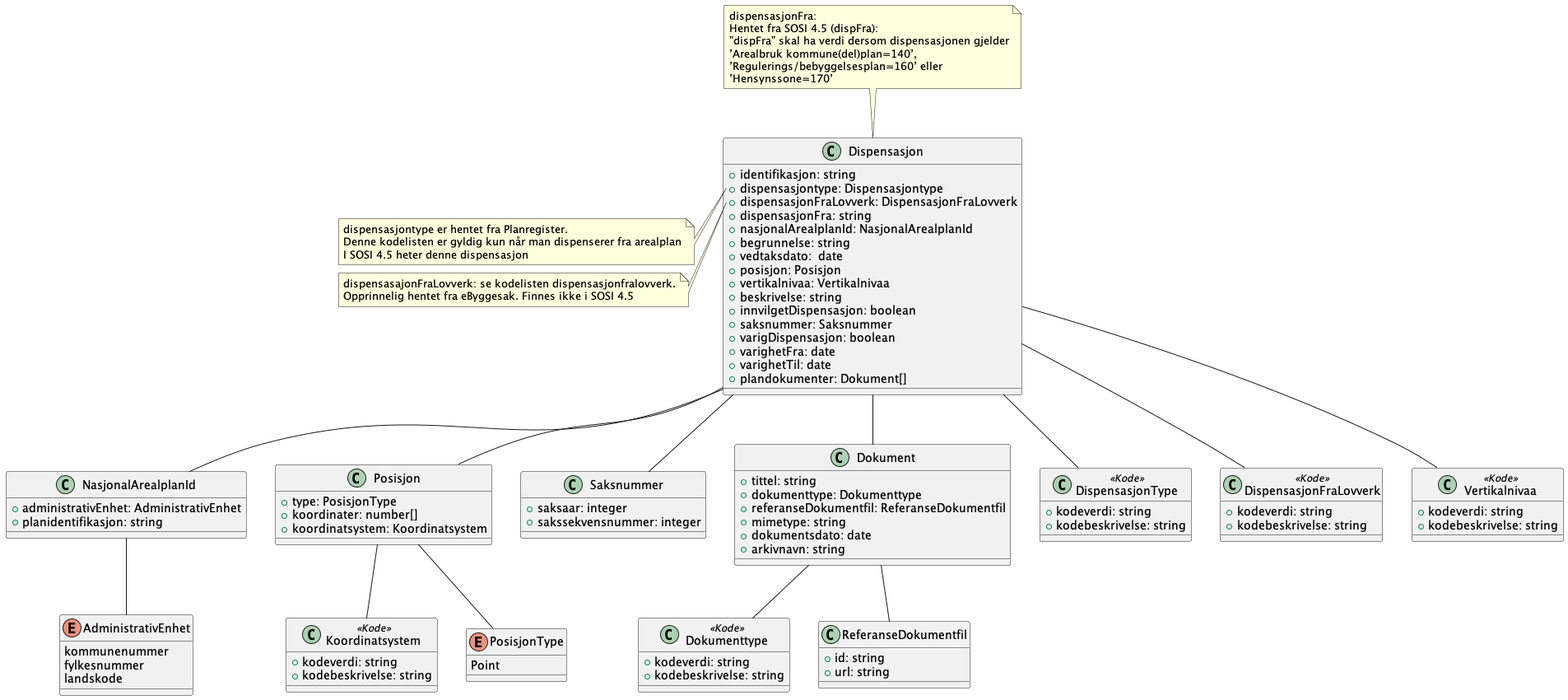
Above: Dokumentasjon/V2/ClassDiagrams/no.ks.fiks.plan.v2.felles.dispensasjon/dispensasjon.png in ks-no/fiks-plan-specification (PlantUML), before the change.
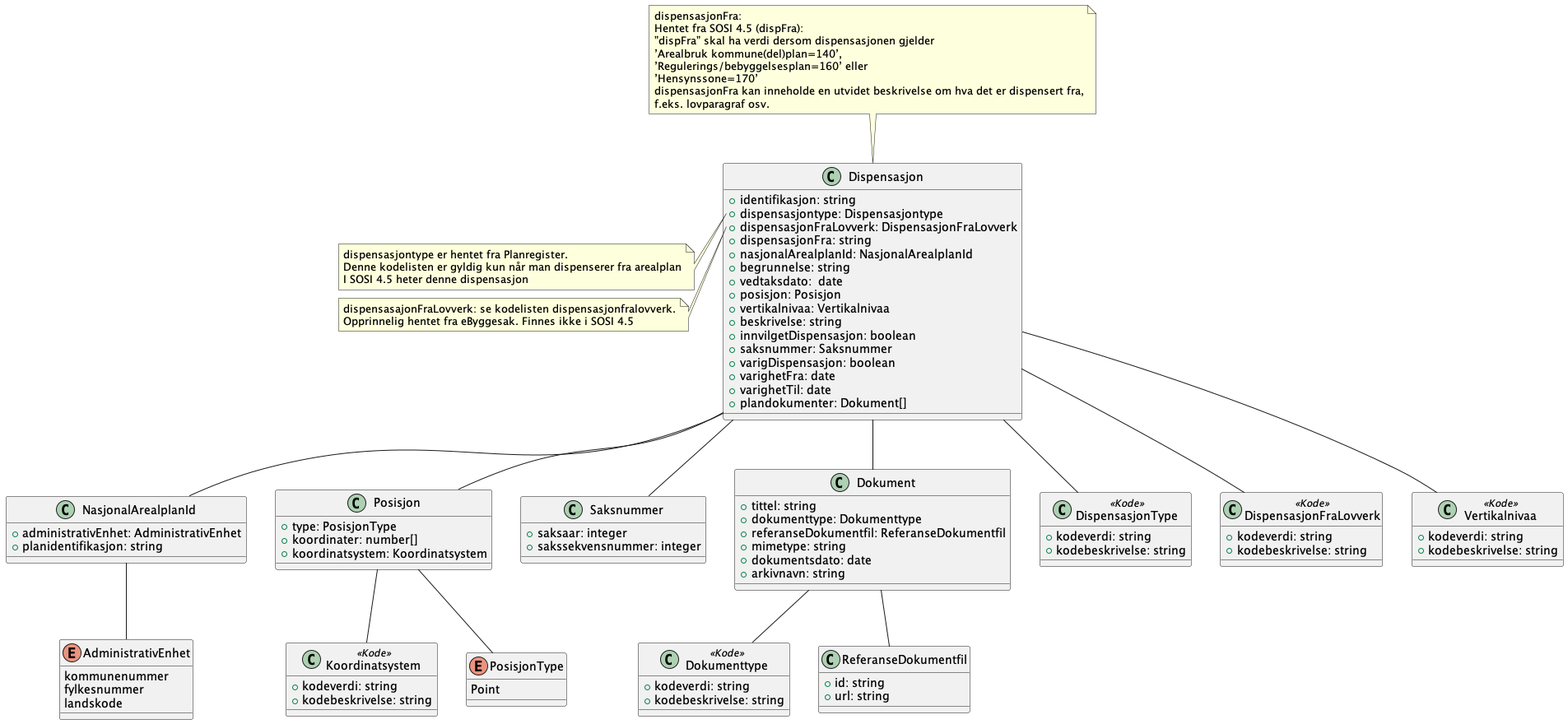
After the commit.

Commit message:
Endret schema for Dispensasjon i henhold til issue 113

Change to the diagram source:
```diff
@@ -41,6 +41,8 @@
     ’Arealbruk kommune(del)plan=140’,
     ’Regulerings/bebyggelsesplan=160’ eller
     ’Hensynssone=170’
+    dispensasjonFra kan inneholde en utvidet beskrivelse om hva det er dispensert fra,
+    f.eks. lovparagraf osv.
 end note
 
 Dispensasjon -- DispensasjonType
```
